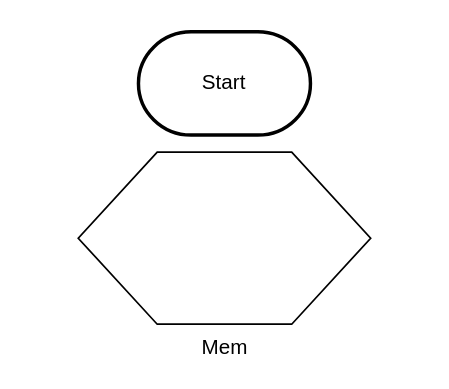
Above: flowchart laporan pkl.drawio in FionaNeila/fiona-portofolio (draw.io), before the change. Source tidied: cells renumbered, new cells numbered last; positions are measured from the earlier drawing's top-left corner, leaving out a move shared by most shapes. Both pictures are drawn from the tidied source at 172%, with x=0, y=0 at pixel (77, 31).
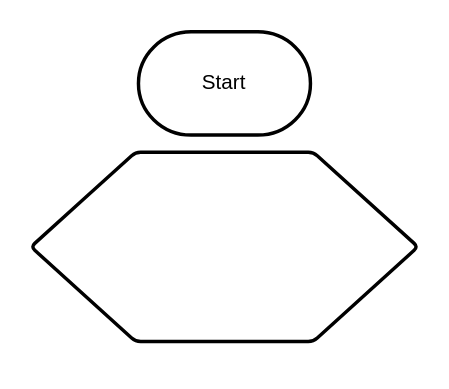
The same diagram, later.

The edit, as a diff of the source:
```diff
@@
 <mxGraphModel>
   <root>
     <mxCell id="0" />
     <mxCell id="1" parent="0" />
     <mxCell id="2" value="Start" style="strokeWidth=2;html=1;shape=mxgraph.flowchart.terminator;whiteSpace=wrap;" parent="1" vertex="1">
       <mxGeometry x="35" width="100" height="60" as="geometry" />
     </mxCell>
-    <mxCell id="3" value="Mem" style="verticalLabelPosition=bottom;verticalAlign=top;html=1;shape=hexagon;perimeter=hexagonPerimeter2;arcSize=6;size=0.27;" parent="1" vertex="1">
-      <mxGeometry y="70" width="170" height="100" as="geometry" />
-    </mxCell>
+    <mxCell id="4" style="verticalLabelPosition=bottom;verticalAlign=top;html=1;shape=hexagon;perimeter=hexagonPerimeter2;arcSize=6;size=0.27;strokeWidth=2;rounded=1;" parent="1" vertex="1">
+      <mxGeometry x="-27.5" y="70" width="225" height="110" as="geometry" />
+    </mxCell>
   </root>
 </mxGraphModel>
```
